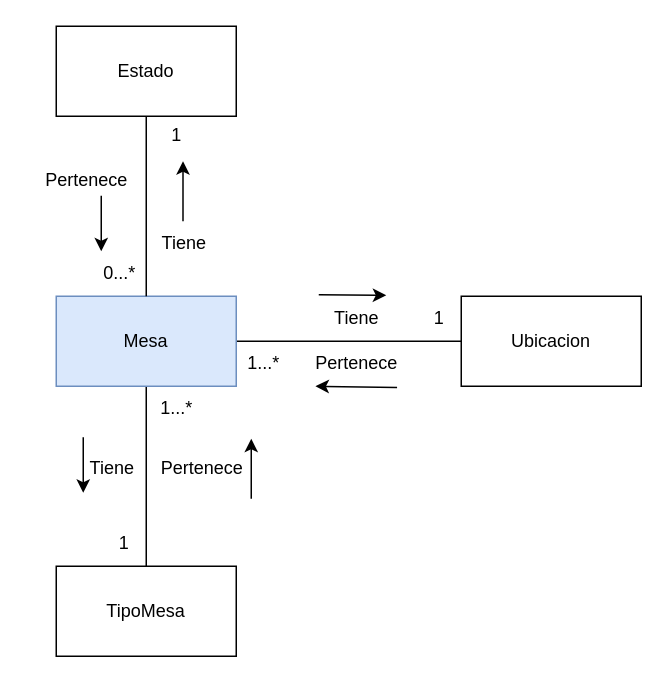
andrescardo98/doo keeps this draw.io diagram as page "Mesas" (5 of 12) of Restaurante_Disenio.drawio. Above is the earlier version. Source tidied: cells renumbered, new cells numbered last; positions are measured from the earlier drawing's top-left corner, leaving out a move shared by most shapes. Both pictures are drawn from the tidied source at 150%, with x=0, y=0 at pixel (26, 26).
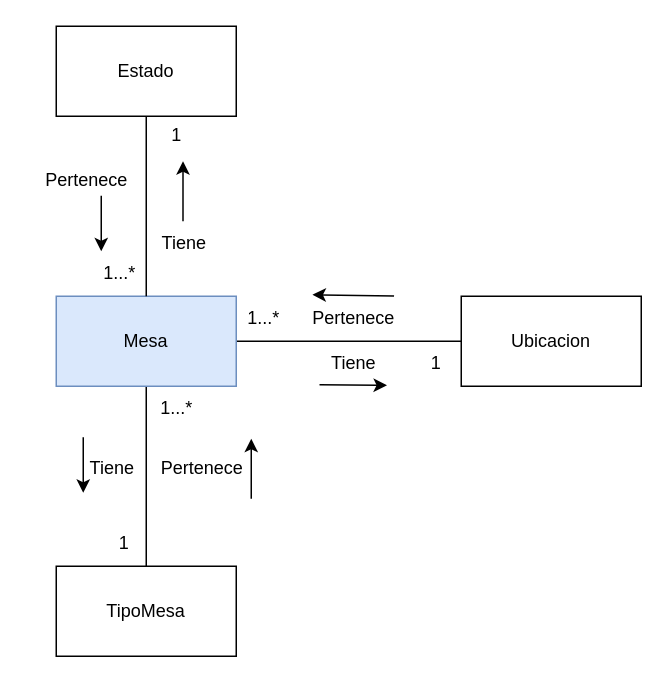
The same page after the edit.

What changed in the source:
```diff
@@
-    <mxCell id="12" value="0...*" style="text;html=1;align=center;verticalAlign=middle;strokeColor=none;fillColor=none;" parent="1" vertex="1">
+    <mxCell id="12" value="1...*" style="text;html=1;align=center;verticalAlign=middle;strokeColor=none;fillColor=none;" parent="1" vertex="1">
       <mxGeometry x="42" y="150" width="40" height="30" as="geometry" />
     </mxCell>
@@
     <mxCell id="14" value="Tiene" style="text;html=1;align=center;verticalAlign=middle;strokeColor=none;fillColor=none;" parent="1" vertex="1">
-      <mxGeometry x="195" y="180" width="50" height="30" as="geometry" />
+      <mxGeometry x="193" y="210" width="50" height="30" as="geometry" />
     </mxCell>
     <mxCell id="15" value="1" style="text;html=1;align=center;verticalAlign=middle;strokeColor=none;fillColor=none;" parent="1" vertex="1">
-      <mxGeometry x="260" y="180" width="30" height="30" as="geometry" />
+      <mxGeometry x="258" y="210" width="30" height="30" as="geometry" />
     </mxCell>
     <mxCell id="16" value="Pertenece" style="text;html=1;align=center;verticalAlign=middle;strokeColor=none;fillColor=none;" parent="1" vertex="1">
-      <mxGeometry x="180" y="210" width="80" height="30" as="geometry" />
+      <mxGeometry x="178" y="180" width="80" height="30" as="geometry" />
     </mxCell>
     <mxCell id="17" value="1...*" style="text;html=1;align=center;verticalAlign=middle;strokeColor=none;fillColor=none;" parent="1" vertex="1">
-      <mxGeometry x="138" y="210" width="40" height="30" as="geometry" />
+      <mxGeometry x="138" y="180" width="40" height="30" as="geometry" />
     </mxCell>
     <mxCell id="18" style="endArrow=classic;html=1;rounded=0;" parent="1" edge="1">
       <mxGeometry relative="1" as="geometry">
-        <mxPoint x="195" y="179" as="sourcePoint" />
-        <mxPoint x="240" y="179.4" as="targetPoint" />
+        <mxPoint x="195.5" y="239" as="sourcePoint" />
+        <mxPoint x="240.5" y="239.4" as="targetPoint" />
       </mxGeometry>
     </mxCell>
     <mxCell id="19" style="endArrow=classic;html=1;rounded=0;entryX=0;entryY=-0.08;entryDx=0;entryDy=0;entryPerimeter=0;exitX=1.088;exitY=-0.053;exitDx=0;exitDy=0;exitPerimeter=0;" parent="1" edge="1">
       <mxGeometry relative="1" as="geometry">
-        <mxPoint x="247.2" y="240.8" as="sourcePoint" />
-        <mxPoint x="192.8" y="240" as="targetPoint" />
+        <mxPoint x="245.2" y="179.8" as="sourcePoint" />
+        <mxPoint x="190.8" y="179" as="targetPoint" />
       </mxGeometry>
     </mxCell>
```
